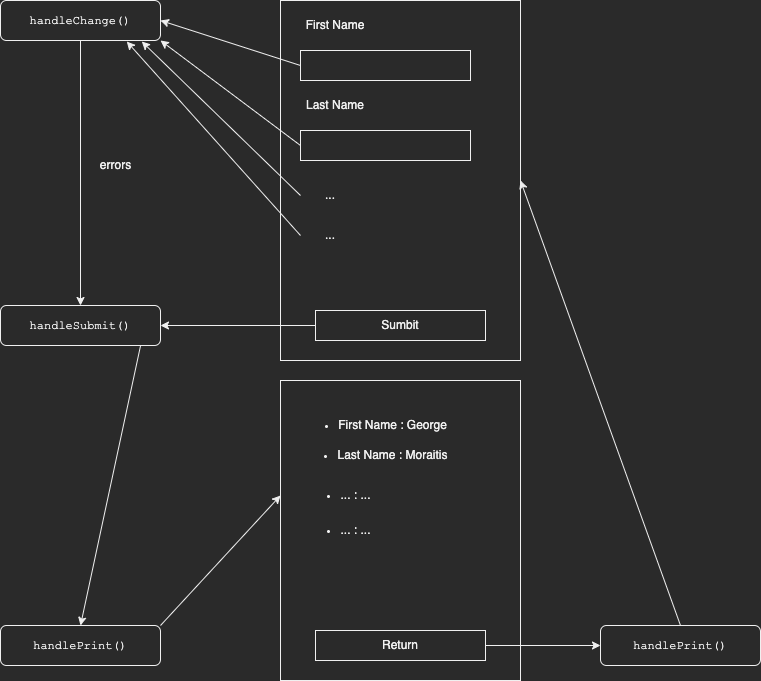
Before: public/form.png, a diagram exported from draw.io (gmoraitis/lazer_tag_form). Source tidied: cells renumbered, new cells last; positions are measured from the earlier drawing's top-left corner, leaving out a move shared by most shapes. Source of this version:
```xml
<mxGraphModel>
  <root>
    <mxCell id="0" />
    <mxCell id="1" parent="0" />
    <mxCell id="2" style="rounded=0;whiteSpace=wrap;html=1;" parent="1" vertex="1">
      <mxGeometry x="280" width="240" height="360" as="geometry" />
    </mxCell>
    <mxCell id="3" value="First Name" style="text;html=1;strokeColor=none;fillColor=none;align=center;verticalAlign=middle;whiteSpace=wrap;rounded=0;" parent="1" vertex="1">
      <mxGeometry x="280" y="10" width="110" height="30" as="geometry" />
    </mxCell>
    <mxCell id="4" style="edgeStyle=none;rounded=0;jettySize=auto;html=1;exitX=0;exitY=0.5;exitDx=0;exitDy=0;entryX=1;entryY=0.5;entryDx=0;entryDy=0;fontFamily=Courier New;" parent="1" edge="1" source="5" target="16">
      <mxGeometry relative="1" as="geometry" />
    </mxCell>
    <mxCell id="5" style="rounded=0;whiteSpace=wrap;html=1;" parent="1" vertex="1">
      <mxGeometry x="300" y="50" width="170" height="30" as="geometry" />
    </mxCell>
    <mxCell id="6" value="Last Name" style="text;html=1;strokeColor=none;fillColor=none;align=center;verticalAlign=middle;whiteSpace=wrap;rounded=0;" parent="1" vertex="1">
      <mxGeometry x="280" y="90" width="110" height="30" as="geometry" />
    </mxCell>
    <mxCell id="7" style="edgeStyle=none;rounded=0;jettySize=auto;html=1;exitX=0;exitY=0.5;exitDx=0;exitDy=0;entryX=1;entryY=1;entryDx=0;entryDy=0;fontFamily=Courier New;" parent="1" edge="1" source="8" target="16">
      <mxGeometry relative="1" as="geometry" />
    </mxCell>
    <mxCell id="8" style="rounded=0;whiteSpace=wrap;html=1;" parent="1" vertex="1">
      <mxGeometry x="300" y="130" width="170" height="30" as="geometry" />
    </mxCell>
    <mxCell id="9" style="edgeStyle=none;rounded=0;jettySize=auto;html=1;exitX=0;exitY=0.5;exitDx=0;exitDy=0;entryX=0.883;entryY=1.025;entryDx=0;entryDy=0;entryPerimeter=0;fontFamily=Courier New;" parent="1" edge="1" source="10" target="16">
      <mxGeometry relative="1" as="geometry" />
    </mxCell>
    <mxCell id="10" value="..." style="text;html=1;strokeColor=none;fillColor=none;align=center;verticalAlign=middle;whiteSpace=wrap;rounded=0;" parent="1" vertex="1">
      <mxGeometry x="300" y="180" width="60" height="30" as="geometry" />
    </mxCell>
    <mxCell id="11" style="edgeStyle=none;rounded=0;jettySize=auto;html=1;exitX=0;exitY=0.5;exitDx=0;exitDy=0;entryX=0.789;entryY=1.025;entryDx=0;entryDy=0;entryPerimeter=0;fontFamily=Courier New;" parent="1" edge="1" source="12" target="16">
      <mxGeometry relative="1" as="geometry" />
    </mxCell>
    <mxCell id="12" value="..." style="text;html=1;strokeColor=none;fillColor=none;align=center;verticalAlign=middle;whiteSpace=wrap;rounded=0;" parent="1" vertex="1">
      <mxGeometry x="300" y="220" width="60" height="30" as="geometry" />
    </mxCell>
    <mxCell id="13" style="edgeStyle=none;rounded=0;jettySize=auto;html=1;exitX=0;exitY=0.5;exitDx=0;exitDy=0;entryX=1;entryY=0.5;entryDx=0;entryDy=0;fontFamily=Courier New;" parent="1" edge="1" source="14" target="18">
      <mxGeometry relative="1" as="geometry" />
    </mxCell>
    <mxCell id="14" value="Sumbit" style="rounded=0;whiteSpace=wrap;html=1;" parent="1" vertex="1">
      <mxGeometry x="315" y="310" width="170" height="30" as="geometry" />
    </mxCell>
    <mxCell id="15" style="edgeStyle=none;rounded=0;jettySize=auto;html=1;exitX=0.5;exitY=1;exitDx=0;exitDy=0;entryX=0.5;entryY=0;entryDx=0;entryDy=0;fontFamily=Courier New;" parent="1" edge="1" source="16" target="18">
      <mxGeometry relative="1" as="geometry" />
    </mxCell>
    <mxCell id="16" value="&lt;font face=&quot;Courier New&quot;&gt;handleChange()&lt;/font&gt;" style="rounded=1;whiteSpace=wrap;html=1;" parent="1" vertex="1">
      <mxGeometry width="160" height="40" as="geometry" />
    </mxCell>
    <mxCell id="17" style="edgeStyle=none;rounded=0;jettySize=auto;html=1;entryX=0.5;entryY=0;entryDx=0;entryDy=0;fontFamily=Helvetica;exitX=0.875;exitY=1.01;exitDx=0;exitDy=0;exitPerimeter=0;" parent="1" edge="1" source="18" target="28">
      <mxGeometry relative="1" as="geometry" />
    </mxCell>
    <mxCell id="18" value="&lt;font face=&quot;Courier New&quot;&gt;handleSubmit()&lt;/font&gt;" style="rounded=1;whiteSpace=wrap;html=1;" parent="1" vertex="1">
      <mxGeometry y="305" width="160" height="40" as="geometry" />
    </mxCell>
    <mxCell id="19" value="&lt;font face=&quot;Helvetica&quot;&gt;errors&lt;/font&gt;" style="text;html=1;align=center;verticalAlign=middle;strokeColor=none;fillColor=none;fontFamily=Courier New;" parent="1" vertex="1">
      <mxGeometry x="90" y="150" width="50" height="30" as="geometry" />
    </mxCell>
    <mxCell id="20" style="rounded=0;whiteSpace=wrap;html=1;" parent="1" vertex="1">
      <mxGeometry x="280" y="380" width="240" height="300" as="geometry" />
    </mxCell>
    <mxCell id="21" value="&lt;ul&gt;&lt;li&gt;&lt;font face=&quot;Helvetica&quot;&gt;First Name : George&lt;/font&gt;&lt;/li&gt;&lt;/ul&gt;" style="text;html=1;strokeColor=none;fillColor=none;align=center;verticalAlign=middle;whiteSpace=wrap;rounded=0;fontFamily=Courier New;" parent="1" vertex="1">
      <mxGeometry x="280" y="410" width="185" height="30" as="geometry" />
    </mxCell>
    <mxCell id="22" value="&lt;ul&gt;&lt;li&gt;&lt;font face=&quot;Helvetica&quot;&gt;Last Name : Moraitis&lt;/font&gt;&lt;/li&gt;&lt;/ul&gt;" style="text;html=1;strokeColor=none;fillColor=none;align=center;verticalAlign=middle;whiteSpace=wrap;rounded=0;fontFamily=Courier New;" parent="1" vertex="1">
      <mxGeometry x="280" y="440" width="185" height="30" as="geometry" />
    </mxCell>
    <mxCell id="23" value="&lt;ul&gt;&lt;li&gt;&lt;font face=&quot;Helvetica&quot;&gt;... : ...&lt;/font&gt;&lt;/li&gt;&lt;/ul&gt;" style="text;html=1;strokeColor=none;fillColor=none;align=center;verticalAlign=middle;whiteSpace=wrap;rounded=0;fontFamily=Courier New;" parent="1" vertex="1">
      <mxGeometry x="242.5" y="480" width="185" height="30" as="geometry" />
    </mxCell>
    <mxCell id="24" value="&lt;ul&gt;&lt;li&gt;&lt;font face=&quot;Helvetica&quot;&gt;... : ...&lt;/font&gt;&lt;/li&gt;&lt;/ul&gt;" style="text;html=1;strokeColor=none;fillColor=none;align=center;verticalAlign=middle;whiteSpace=wrap;rounded=0;fontFamily=Courier New;" parent="1" vertex="1">
      <mxGeometry x="242.5" y="515" width="185" height="30" as="geometry" />
    </mxCell>
    <mxCell id="25" style="edgeStyle=none;rounded=0;jettySize=auto;html=1;exitX=1;exitY=0.5;exitDx=0;exitDy=0;entryX=0;entryY=0.5;entryDx=0;entryDy=0;fontFamily=Helvetica;" parent="1" edge="1" source="26" target="30">
      <mxGeometry relative="1" as="geometry" />
    </mxCell>
    <mxCell id="26" value="Return" style="rounded=0;whiteSpace=wrap;html=1;" parent="1" vertex="1">
      <mxGeometry x="315" y="630" width="170" height="30" as="geometry" />
    </mxCell>
    <mxCell id="27" style="edgeStyle=none;rounded=0;jettySize=auto;html=1;exitX=1;exitY=0;exitDx=0;exitDy=0;entryX=0;entryY=0.5;entryDx=0;entryDy=0;fontFamily=Helvetica;" parent="1" edge="1" source="28">
      <mxGeometry relative="1" as="geometry">
        <mxPoint x="280" y="495" as="targetPoint" />
      </mxGeometry>
    </mxCell>
    <mxCell id="28" value="&lt;font face=&quot;Courier New&quot;&gt;handlePrint()&lt;/font&gt;" style="rounded=1;whiteSpace=wrap;html=1;" parent="1" vertex="1">
      <mxGeometry y="625" width="160" height="40" as="geometry" />
    </mxCell>
    <mxCell id="29" style="edgeStyle=none;rounded=0;jettySize=auto;html=1;exitX=0.5;exitY=0;exitDx=0;exitDy=0;entryX=1;entryY=0.5;entryDx=0;entryDy=0;fontFamily=Helvetica;" parent="1" edge="1" source="30" target="2">
      <mxGeometry relative="1" as="geometry" />
    </mxCell>
    <mxCell id="30" value="&lt;font face=&quot;Courier New&quot;&gt;handlePrint()&lt;/font&gt;" style="rounded=1;whiteSpace=wrap;html=1;" parent="1" vertex="1">
      <mxGeometry x="600" y="625" width="160" height="40" as="geometry" />
    </mxCell>
  </root>
</mxGraphModel>
```
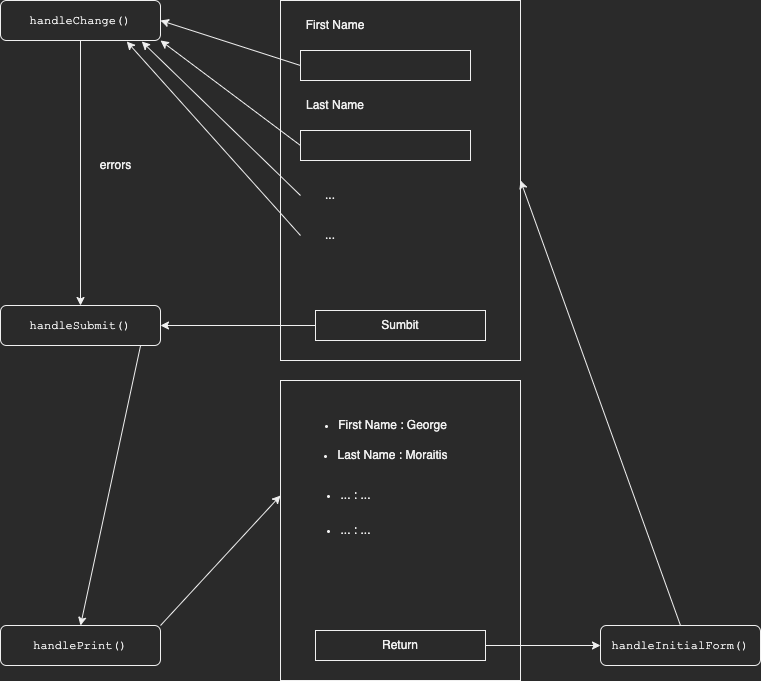
The same file after the commit.

Change to the diagram source:
```diff
@@ -88,7 +88,7 @@
     <mxCell id="29" style="edgeStyle=none;rounded=0;jettySize=auto;html=1;exitX=0.5;exitY=0;exitDx=0;exitDy=0;entryX=1;entryY=0.5;entryDx=0;entryDy=0;fontFamily=Helvetica;" parent="1" edge="1" source="30" target="2">
       <mxGeometry relative="1" as="geometry" />
     </mxCell>
-    <mxCell id="30" value="&lt;font face=&quot;Courier New&quot;&gt;handlePrint()&lt;/font&gt;" style="rounded=1;whiteSpace=wrap;html=1;" parent="1" vertex="1">
+    <mxCell id="30" value="&lt;font face=&quot;Courier New&quot;&gt;handleInitialForm()&lt;/font&gt;" style="rounded=1;whiteSpace=wrap;html=1;" parent="1" vertex="1">
       <mxGeometry x="600" y="625" width="160" height="40" as="geometry" />
     </mxCell>
   </root>
```
